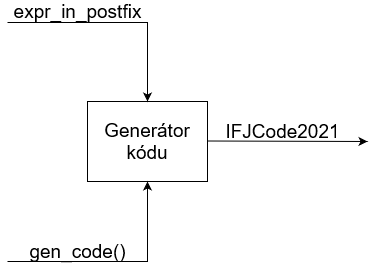
The draw.io diagram documentation/src/gen code.drawio.png in AndreiShchepa/BUT_COMPILER_2021, before a commit. Source tidied: cells renumbered, new cells last; positions are measured from the earlier drawing's top-left corner, leaving out a move shared by most shapes.
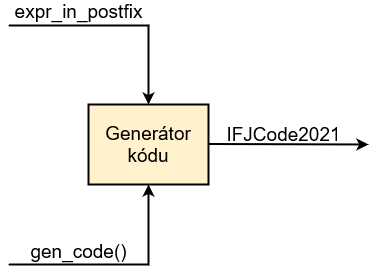
Later version of the same file.

Diff of the diagram source:
```diff
@@ -2,16 +2,16 @@
   <root>
     <mxCell id="0" />
     <mxCell id="1" parent="0" />
-    <mxCell id="2" value="&lt;font style=&quot;font-size: 19px&quot;&gt;Generátor kódu&lt;/font&gt;" style="rounded=0;whiteSpace=wrap;html=1;" parent="1" vertex="1">
+    <mxCell id="2" value="&lt;font style=&quot;font-size: 19px&quot;&gt;Generátor kódu&lt;/font&gt;" style="rounded=0;whiteSpace=wrap;html=1;strokeWidth=2;fillColor=#fff2cc;strokeColor=#000000;" parent="1" vertex="1">
       <mxGeometry x="80" y="100" width="120" height="80" as="geometry" />
     </mxCell>
     <mxCell id="3" value="&lt;font style=&quot;font-size: 19px&quot;&gt;expr_in_postfix&lt;/font&gt;" style="text;html=1;align=center;verticalAlign=middle;strokeColor=none;fillColor=none;strokeWidth=1;rotation=0;" parent="1" vertex="1">
-      <mxGeometry width="140" height="20" as="geometry" />
+      <mxGeometry y="-3" width="140" height="20" as="geometry" />
     </mxCell>
     <mxCell id="4" value="&lt;font style=&quot;font-size: 19px&quot;&gt;gen_code()&lt;/font&gt;" style="text;html=1;align=center;verticalAlign=middle;strokeColor=none;fillColor=none;" parent="1" vertex="1">
-      <mxGeometry x="15" y="240" width="110" height="20" as="geometry" />
+      <mxGeometry x="15" y="237" width="110" height="20" as="geometry" />
     </mxCell>
-    <mxCell id="5" style="endArrow=classic;html=1;rounded=0;fontSize=19;exitX=1;exitY=0.25;exitDx=0;exitDy=0;" parent="1" edge="1">
+    <mxCell id="5" style="endArrow=classic;html=1;rounded=0;fontSize=19;exitX=1;exitY=0.25;exitDx=0;exitDy=0;strokeWidth=2;" parent="1" edge="1">
       <mxGeometry relative="1" as="geometry">
         <mxPoint x="200" y="139.5" as="sourcePoint" />
         <mxPoint x="360" y="140" as="targetPoint" />
@@ -20,7 +20,7 @@
     <mxCell id="6" value="IFJCode2021" style="text;html=1;align=center;verticalAlign=middle;strokeColor=none;fillColor=none;fontSize=19;" parent="1" vertex="1">
       <mxGeometry x="210" y="115" width="130" height="30" as="geometry" />
     </mxCell>
-    <mxCell id="7" style="endArrow=classic;html=1;rounded=0;fontSize=19;entryX=0.5;entryY=1;entryDx=0;entryDy=0;" parent="1" edge="1" target="2">
+    <mxCell id="7" style="endArrow=classic;html=1;rounded=0;fontSize=19;entryX=0.5;entryY=1;entryDx=0;entryDy=0;strokeWidth=2;" parent="1" edge="1" target="2">
       <mxGeometry relative="1" as="geometry">
         <mxPoint y="260" as="sourcePoint" />
         <Array as="points">
@@ -28,7 +28,7 @@
         </Array>
       </mxGeometry>
     </mxCell>
-    <mxCell id="8" style="endArrow=classic;html=1;rounded=0;fontSize=19;entryX=0.5;entryY=0;entryDx=0;entryDy=0;" parent="1" edge="1" target="2">
+    <mxCell id="8" style="endArrow=classic;html=1;rounded=0;fontSize=19;entryX=0.5;entryY=0;entryDx=0;entryDy=0;strokeWidth=2;" parent="1" edge="1" target="2">
       <mxGeometry relative="1" as="geometry">
         <mxPoint y="21" as="sourcePoint" />
         <Array as="points">
```
